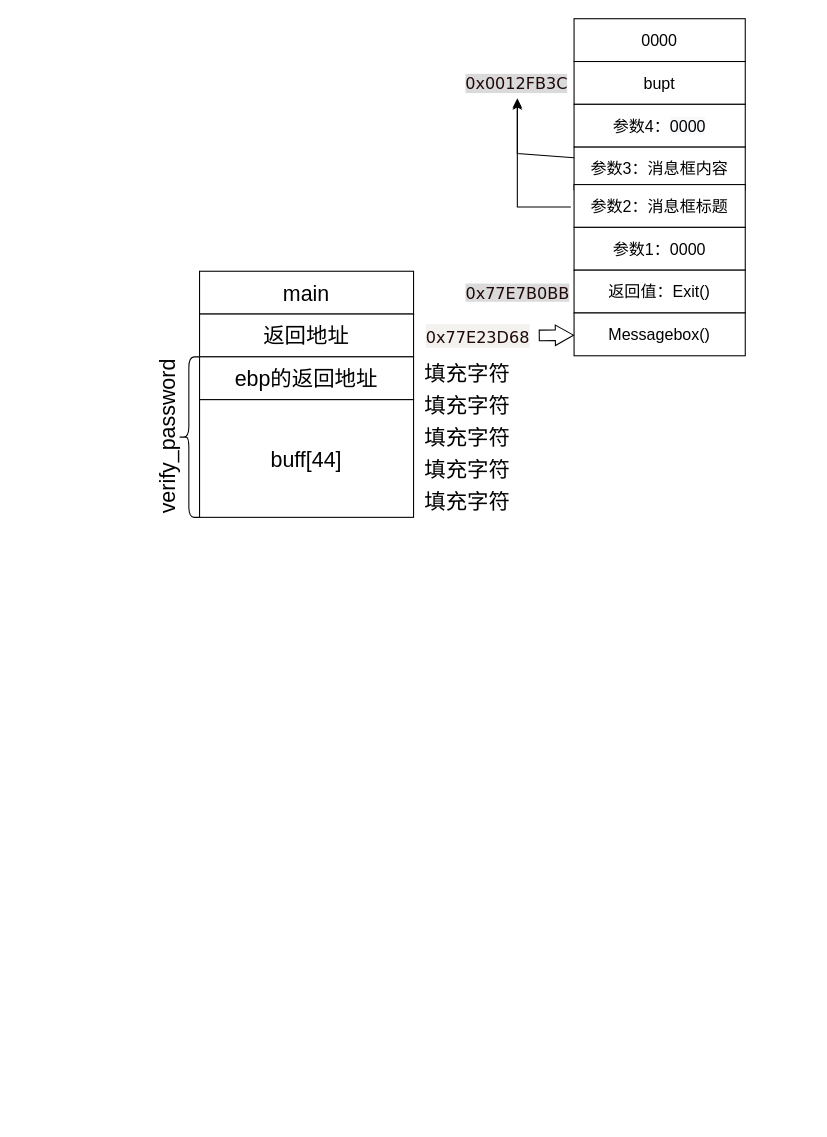
Earlier version of the draw.io diagram draft.drawio (Liu-rui-bin/drawio). Source tidied: cells renumbered, new cells numbered last; positions are measured from the earlier drawing's top-left corner, leaving out a move shared by most shapes. Both pictures are drawn from the tidied source at 107%, with x=0, y=0 at pixel (81, 18).
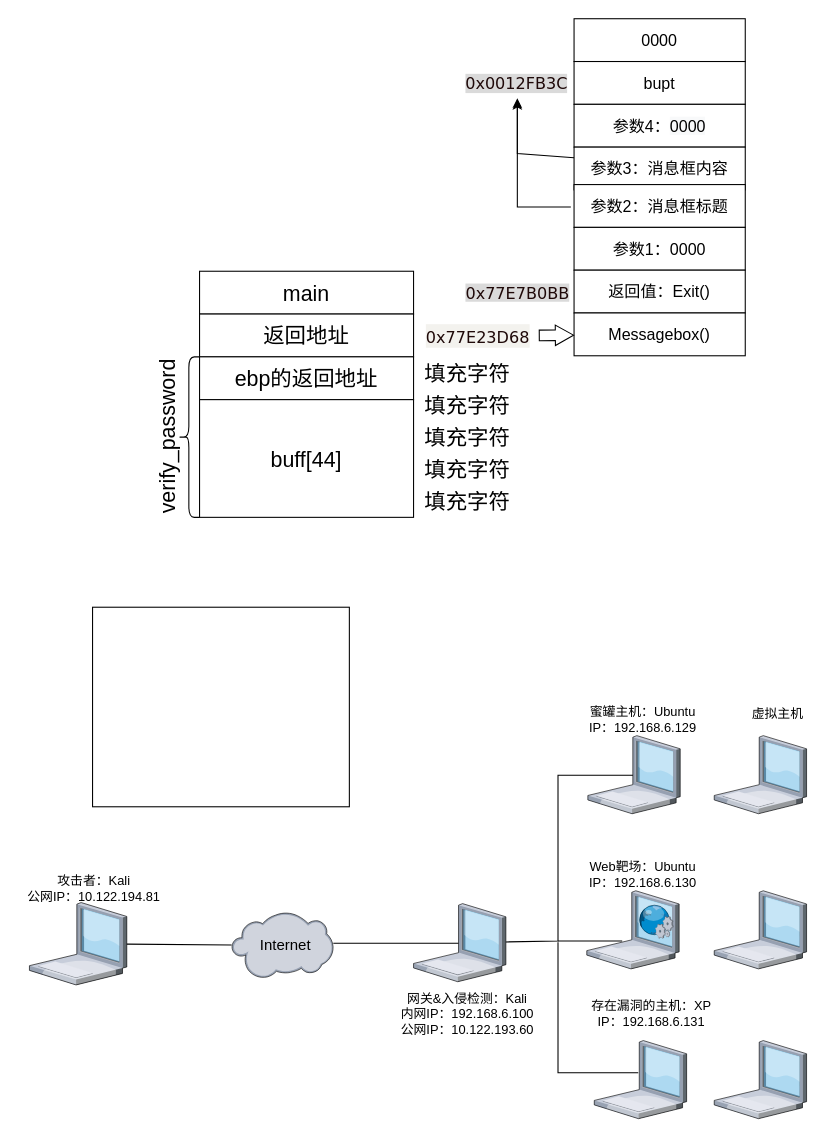
After the change.

Diff of the diagram source:
```diff
@@
+    <mxCell id="27" style="verticalLabelPosition=bottom;sketch=0;html=1;verticalAlign=top;strokeColor=none;align=center;outlineConnect=0;shape=mxgraph.citrix.laptop_1;" parent="1" vertex="1">
+      <mxGeometry x="-49" y="826" width="91" height="77" as="geometry" />
+    </mxCell>
+    <mxCell id="28" style="verticalLabelPosition=bottom;sketch=0;html=1;verticalAlign=top;strokeColor=none;align=center;shape=mxgraph.citrix.laptop_1;" parent="1" vertex="1">
+      <mxGeometry x="471.9" y="815" width="86.3" height="73" as="geometry" />
+    </mxCell>
+    <mxCell id="29" value="攻击者：Kali&lt;br&gt;公网IP：10.122.194.81" style="text;html=1;align=center;verticalAlign=middle;strokeColor=none;fillColor=none;" parent="1" vertex="1">
+      <mxGeometry x="-59" y="798" width="140" height="30" as="geometry" />
+    </mxCell>
+    <mxCell id="30" value="蜜罐主机：Ubuntu&lt;br&gt;IP：192.168.6.129" style="text;html=1;align=center;verticalAlign=middle;strokeColor=none;fillColor=none;" parent="1" vertex="1">
+      <mxGeometry x="464" y="640" width="120" height="30" as="geometry" />
+    </mxCell>
+    <mxCell id="31" value="Web靶场：Ubuntu&lt;br&gt;IP：192.168.6.130" style="text;html=1;align=center;verticalAlign=middle;strokeColor=none;fillColor=none;" parent="1" vertex="1">
+      <mxGeometry x="464" y="785" width="120" height="30" as="geometry" />
+    </mxCell>
+    <mxCell id="32" value="存在漏洞的主机：XP&lt;br&gt;IP：192.168.6.131" style="text;html=1;align=center;verticalAlign=middle;strokeColor=none;fillColor=none;" parent="1" vertex="1">
+      <mxGeometry x="467" y="915" width="130" height="30" as="geometry" />
+    </mxCell>
+    <mxCell id="33" style="verticalLabelPosition=bottom;sketch=0;html=1;verticalAlign=top;strokeColor=none;align=center;shape=mxgraph.citrix.laptop_1;" parent="1" vertex="1">
+      <mxGeometry x="472.9" y="670" width="86.3" height="73" as="geometry" />
+    </mxCell>
+    <mxCell id="34" style="verticalLabelPosition=bottom;sketch=0;html=1;verticalAlign=top;strokeColor=none;align=center;shape=mxgraph.citrix.laptop_1;" parent="1" vertex="1">
+      <mxGeometry x="478.9" y="955" width="86.3" height="73" as="geometry" />
+    </mxCell>
+    <mxCell id="35" value="网关&amp;amp;入侵检测：Kali&lt;br&gt;内网IP：192.168.6.100&lt;br&gt;公网IP：10.122.193.60" style="text;html=1;align=center;verticalAlign=middle;strokeColor=none;fillColor=none;" parent="1" vertex="1">
+      <mxGeometry x="290" y="905" width="140" height="50" as="geometry" />
+    </mxCell>
+    <mxCell id="36" style="verticalLabelPosition=bottom;sketch=0;html=1;verticalAlign=top;strokeColor=none;align=center;outlineConnect=0;shape=mxgraph.citrix.laptop_1;" parent="1" vertex="1">
+      <mxGeometry x="310" y="827" width="86.3" height="73" as="geometry" />
+    </mxCell>
+    <mxCell id="37" style="verticalLabelPosition=bottom;sketch=0;html=1;verticalAlign=top;strokeColor=none;align=center;shape=mxgraph.citrix.laptop_1;" parent="1" vertex="1">
+      <mxGeometry x="591" y="670" width="86.3" height="73" as="geometry" />
+    </mxCell>
+    <mxCell id="38" style="verticalLabelPosition=bottom;sketch=0;html=1;verticalAlign=top;strokeColor=none;align=center;shape=mxgraph.citrix.laptop_1;" parent="1" vertex="1">
+      <mxGeometry x="591" y="815" width="86.3" height="73" as="geometry" />
+    </mxCell>
+    <mxCell id="39" style="verticalLabelPosition=bottom;sketch=0;html=1;verticalAlign=top;strokeColor=none;align=center;shape=mxgraph.citrix.laptop_1;" parent="1" vertex="1">
+      <mxGeometry x="591" y="955" width="86.3" height="73" as="geometry" />
+    </mxCell>
+    <mxCell id="40" style="verticalLabelPosition=bottom;sketch=0;html=1;verticalAlign=top;strokeColor=none;align=center;shape=mxgraph.citrix.web_service;" parent="1" vertex="1">
+      <mxGeometry x="520" y="828" width="33" height="31.4" as="geometry" />
+    </mxCell>
+    <mxCell id="41" style="verticalLabelPosition=bottom;sketch=0;html=1;verticalAlign=top;strokeColor=none;align=center;outlineConnect=0;shape=mxgraph.citrix.cloud;" parent="1" vertex="1">
+      <mxGeometry x="140" y="835" width="95" height="62" as="geometry" />
+    </mxCell>
+    <mxCell id="42" style="endArrow=none;html=1;rounded=0;" parent="1" edge="1" source="27" target="41">
+      <mxGeometry relative="1" as="geometry" />
+    </mxCell>
+    <mxCell id="43" style="endArrow=none;html=1;rounded=0;" parent="1" edge="1">
+      <mxGeometry relative="1" as="geometry">
+        <mxPoint x="235" y="864" as="sourcePoint" />
+        <mxPoint x="352" y="864" as="targetPoint" />
+      </mxGeometry>
+    </mxCell>
+    <mxCell id="44" style="endArrow=none;html=1;rounded=0;" parent="1" edge="1" target="36">
+      <mxGeometry relative="1" as="geometry">
+        <mxPoint x="475" y="707" as="sourcePoint" />
+        <Array as="points">
+          <mxPoint x="515" y="707" />
+          <mxPoint x="445" y="707" />
+          <mxPoint x="445" y="862" />
+        </Array>
+      </mxGeometry>
+    </mxCell>
+    <mxCell id="45" style="endArrow=none;html=1;rounded=0;" parent="1" edge="1">
+      <mxGeometry relative="1" as="geometry">
+        <mxPoint x="445" y="862" as="sourcePoint" />
+        <mxPoint x="505" y="862" as="targetPoint" />
+      </mxGeometry>
+    </mxCell>
+    <mxCell id="46" style="endArrow=none;html=1;rounded=0;" parent="1" edge="1">
+      <mxGeometry relative="1" as="geometry">
+        <mxPoint x="445" y="863" as="sourcePoint" />
+        <mxPoint x="490" y="985" as="targetPoint" />
+        <Array as="points">
+          <mxPoint x="445" y="985" />
+          <mxPoint x="520" y="985" />
+        </Array>
+      </mxGeometry>
+    </mxCell>
+    <mxCell id="47" value="虚拟主机" style="text;html=1;align=center;verticalAlign=middle;strokeColor=none;fillColor=none;" parent="1" vertex="1">
+      <mxGeometry x="620" y="640" width="60" height="20" as="geometry" />
+    </mxCell>
+    <mxCell id="48" value="&lt;font style=&quot;font-size: 14px&quot;&gt;Internet&lt;/font&gt;" style="text;html=1;align=center;verticalAlign=middle;strokeColor=none;fillColor=none;" parent="1" vertex="1">
+      <mxGeometry x="160" y="856" width="60" height="20" as="geometry" />
+    </mxCell>
+    <mxCell id="49" style="rounded=0;whiteSpace=wrap;html=1;fontSize=14;" parent="1" vertex="1">
+      <mxGeometry x="10" y="550" width="240" height="186.5" as="geometry" />
+    </mxCell>
```
